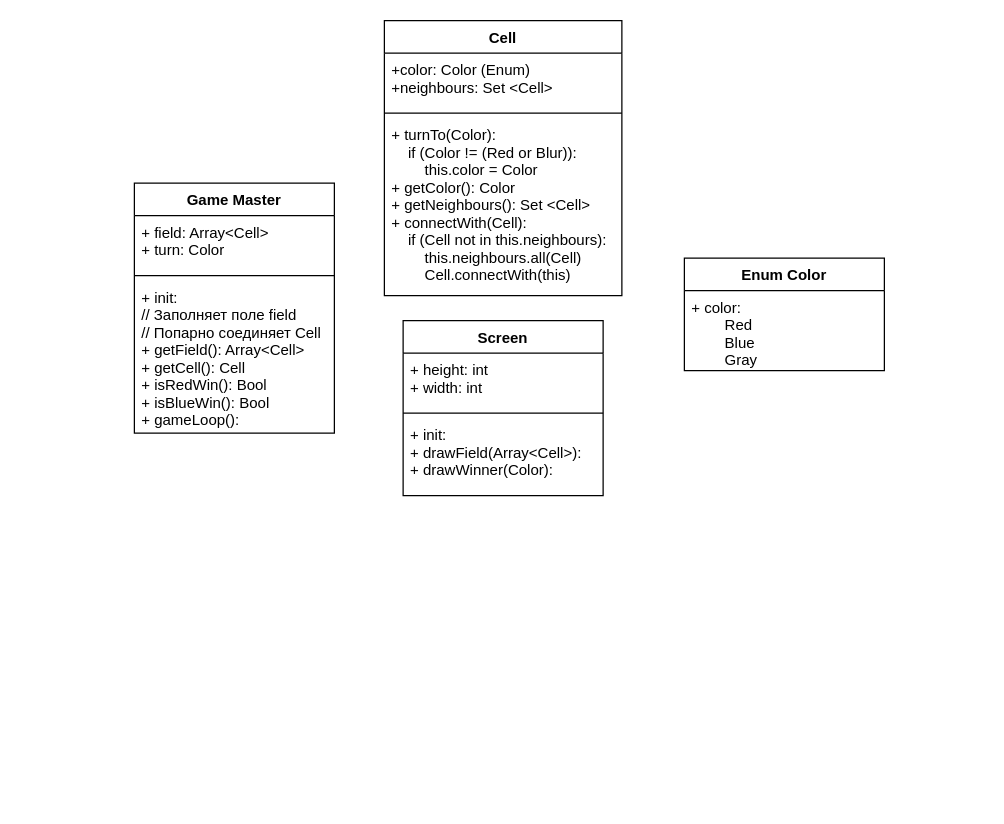
AbdullinAM/algorithms-project-2022 keeps this draw.io diagram as Untitled Diagram.drawio. Above is the earlier version. Source tidied: cells renumbered, new cells numbered last; positions are measured from the earlier drawing's top-left corner, leaving out a move shared by most shapes. Both pictures are drawn from the tidied source at 125%, with x=0, y=0 at pixel (134, 20).
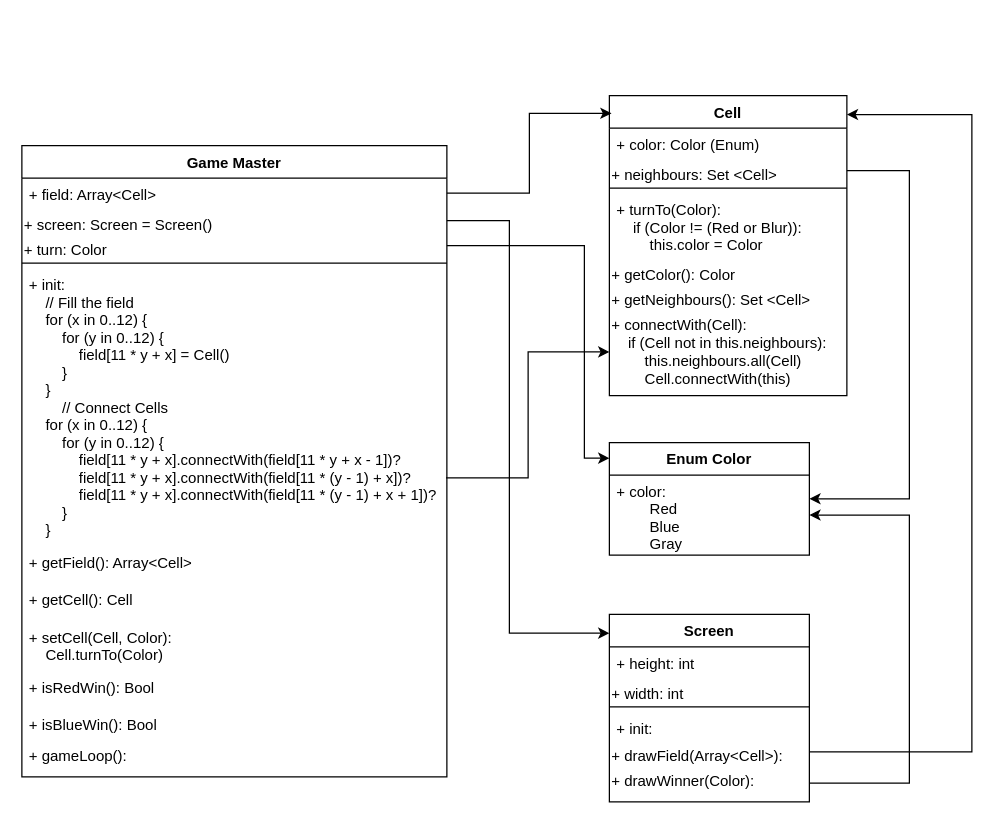
Above is the later version.

The change refers to these unchanged cells:
```xml
<mxCell id="11" value="+ color:&#10;        Red&#10;        Blue&#10;        Gray&#10;" style="text;strokeColor=none;fillColor=none;align=left;verticalAlign=top;spacingLeft=4;spacingRight=4;overflow=hidden;points=[[0,0.5],[1,0.5]];portConstraint=eastwest;" parent="10" vertex="1">
  <mxGeometry y="26" width="160" height="64" as="geometry" />
</mxCell>
```

Diff of the diagram source:
```diff
@@
     <mxCell id="2" value="Game Master" style="swimlane;fontStyle=1;align=center;verticalAlign=top;horizontal=1;startSize=26;" parent="1" vertex="1">
-      <mxGeometry y="130" width="160" height="200" as="geometry" />
+      <mxGeometry x="-90" y="100" width="340" height="505" as="geometry" />
     </mxCell>
-    <mxCell id="3" value="+ field: Array&lt;Cell&gt;&#10;+ turn: Color" style="text;strokeColor=none;fillColor=none;align=left;verticalAlign=top;spacingLeft=4;spacingRight=4;overflow=hidden;points=[[0,0.5],[1,0.5]];portConstraint=eastwest;" parent="2" vertex="1">
-      <mxGeometry y="26" width="160" height="44" as="geometry" />
+    <mxCell id="3" value="+ field: Array&lt;Cell&gt;" style="text;strokeColor=none;fillColor=none;align=left;verticalAlign=top;spacingLeft=4;spacingRight=4;overflow=hidden;points=[[0,0.5],[1,0.5]];portConstraint=eastwest;" parent="2" vertex="1">
+      <mxGeometry y="26" width="340" height="24" as="geometry" />
     </mxCell>
+    <mxCell id="16" value="+ screen: Screen = Screen()" style="text;whiteSpace=wrap;html=1;" parent="2" vertex="1">
+      <mxGeometry y="50" width="340" height="20" as="geometry" />
+    </mxCell>
+    <mxCell id="17" value="+ turn: Color" style="text;whiteSpace=wrap;html=1;" parent="2" vertex="1">
+      <mxGeometry y="70" width="340" height="20" as="geometry" />
+    </mxCell>
     <mxCell id="4" style="line;strokeWidth=1;fillColor=none;align=left;verticalAlign=middle;spacingTop=-1;spacingLeft=3;spacingRight=3;labelPosition=right;" parent="2" vertex="1">
-      <mxGeometry y="70" width="160" height="8" as="geometry" />
+      <mxGeometry y="90" width="340" height="8" as="geometry" />
     </mxCell>
-    <mxCell id="5" value="+ init:&#10;// Заполняет поле field&#10;// Попарно соединяет Cell&#10;+ getField(): Array&lt;Cell&gt;&#10;+ getCell(): Cell&#10;+ isRedWin(): Bool&#10;+ isBlueWin(): Bool&#10;+ gameLoop():" style="text;strokeColor=none;fillColor=none;align=left;verticalAlign=top;spacingLeft=4;spacingRight=4;overflow=hidden;points=[[0,0.5],[1,0.5]];portConstraint=eastwest;" parent="2" vertex="1">
-      <mxGeometry y="78" width="160" height="122" as="geometry" />
+    <mxCell id="5" value="+ init:&#10;    // Fill the field&#10;    for (x in 0..12) {&#10;        for (y in 0..12) {&#10;            field[11 * y + x] = Cell()&#10;        }&#10;    }&#10;        // Connect Cells&#10;    for (x in 0..12) {&#10;        for (y in 0..12) {&#10;            field[11 * y + x].connectWith(field[11 * y + x - 1])?&#10;            field[11 * y + x].connectWith(field[11 * (y - 1) + x])?&#10;            field[11 * y + x].connectWith(field[11 * (y - 1) + x + 1])?&#10;        }&#10;    }&#10;&#10;" style="text;strokeColor=none;fillColor=none;align=left;verticalAlign=top;spacingLeft=4;spacingRight=4;overflow=hidden;points=[[0,0.5],[1,0.5]];portConstraint=eastwest;" parent="2" vertex="1">
+      <mxGeometry y="98" width="340" height="222" as="geometry" />
     </mxCell>
+    <mxCell id="18" value="+ getField(): Array&lt;Cell&gt;" style="text;strokeColor=none;fillColor=none;align=left;verticalAlign=top;spacingLeft=4;spacingRight=4;overflow=hidden;" parent="2" vertex="1">
+      <mxGeometry y="320" width="340" height="30" as="geometry" />
+    </mxCell>
+    <mxCell id="19" value="+ getCell(): Cell&#10;" style="text;strokeColor=none;fillColor=none;align=left;verticalAlign=top;spacingLeft=4;spacingRight=4;overflow=hidden;" parent="2" vertex="1">
+      <mxGeometry y="350" width="340" height="30" as="geometry" />
+    </mxCell>
+    <mxCell id="20" value="+ setCell(Cell, Color): &#10;    Cell.turnTo(Color)&#10;" style="text;strokeColor=none;fillColor=none;align=left;verticalAlign=top;spacingLeft=4;spacingRight=4;overflow=hidden;" parent="2" vertex="1">
+      <mxGeometry y="380" width="340" height="40" as="geometry" />
+    </mxCell>
+    <mxCell id="21" value="+ isRedWin(): Bool&#10;" style="text;strokeColor=none;fillColor=none;align=left;verticalAlign=top;spacingLeft=4;spacingRight=4;overflow=hidden;" parent="2" vertex="1">
+      <mxGeometry y="420" width="340" height="30" as="geometry" />
+    </mxCell>
+    <mxCell id="22" value="+ isBlueWin(): Bool" style="text;strokeColor=none;fillColor=none;align=left;verticalAlign=top;spacingLeft=4;spacingRight=4;overflow=hidden;" parent="2" vertex="1">
+      <mxGeometry y="450" width="340" height="25" as="geometry" />
+    </mxCell>
+    <mxCell id="23" value="+ gameLoop():" style="text;strokeColor=none;fillColor=none;align=left;verticalAlign=top;spacingLeft=4;spacingRight=4;overflow=hidden;" parent="2" vertex="1">
+      <mxGeometry y="475" width="340" height="30" as="geometry" />
+    </mxCell>
     <mxCell id="6" value="Cell" style="swimlane;fontStyle=1;align=center;verticalAlign=top;horizontal=1;startSize=26;" parent="1" vertex="1">
-      <mxGeometry x="200" width="190" height="220" as="geometry" />
+      <mxGeometry x="380" y="60" width="190" height="240" as="geometry" />
     </mxCell>
-    <mxCell id="7" value="+color: Color (Enum)&#10;+neighbours: Set &lt;Cell&gt;" style="text;strokeColor=none;fillColor=none;align=left;verticalAlign=top;spacingLeft=4;spacingRight=4;overflow=hidden;" parent="6" vertex="1">
-      <mxGeometry y="26" width="190" height="44" as="geometry" />
+    <mxCell id="7" value="+ color: Color (Enum)" style="text;strokeColor=none;fillColor=none;align=left;verticalAlign=top;spacingLeft=4;spacingRight=4;overflow=hidden;" parent="6" vertex="1">
+      <mxGeometry y="26" width="190" height="24" as="geometry" />
     </mxCell>
+    <mxCell id="24" value="+ neighbours: Set &amp;lt;Cell&amp;gt;" style="text;whiteSpace=wrap;html=1;" parent="6" vertex="1">
+      <mxGeometry y="50" width="190" height="20" as="geometry" />
+    </mxCell>
@@
-    <mxCell id="9" value="+ turnTo(Color):&#10;    if (Color != (Red or Blur)):&#10;        this.color = Color&#10;+ getColor(): Color&#10;+ getNeighbours(): Set &lt;Cell&gt;&#10;+ connectWith(Cell):&#10;    if (Cell not in this.neighbours):&#10;        this.neighbours.all(Cell)&#10;        Cell.connectWith(this)&#10;&#10;&#10;&#10;" style="text;strokeColor=none;fillColor=none;align=left;verticalAlign=top;spacingLeft=4;spacingRight=4;overflow=hidden;rounded=0;glass=0;sketch=0;shadow=0;" parent="6" vertex="1">
-      <mxGeometry y="78" width="190" height="142" as="geometry" />
+    <mxCell id="9" value="+ turnTo(Color):&#10;    if (Color != (Red or Blur)):&#10;        this.color = Color&#10;&#10;&#10;&#10;&#10;" style="text;strokeColor=none;fillColor=none;align=left;verticalAlign=top;spacingLeft=4;spacingRight=4;overflow=hidden;rounded=0;glass=0;sketch=0;shadow=0;" parent="6" vertex="1">
+      <mxGeometry y="78" width="190" height="52" as="geometry" />
     </mxCell>
+    <mxCell id="25" value="+ getColor(): Color" style="text;whiteSpace=wrap;html=1;" parent="6" vertex="1">
+      <mxGeometry y="130" width="190" height="20" as="geometry" />
+    </mxCell>
+    <mxCell id="26" value="+ getNeighbours(): Set &amp;lt;Cell&amp;gt;" style="text;whiteSpace=wrap;html=1;" parent="6" vertex="1">
+      <mxGeometry y="150" width="190" height="20" as="geometry" />
+    </mxCell>
+    <mxCell id="27" value="+ connectWith(Cell):&lt;br&gt;&amp;nbsp;&amp;nbsp;&amp;nbsp;&amp;nbsp;if (Cell not in this.neighbours):&lt;br&gt;&amp;nbsp;&amp;nbsp;&amp;nbsp;&amp;nbsp;&amp;nbsp;&amp;nbsp;&amp;nbsp;&amp;nbsp;this.neighbours.all(Cell)&lt;br&gt;&amp;nbsp;&amp;nbsp;&amp;nbsp;&amp;nbsp;&amp;nbsp;&amp;nbsp;&amp;nbsp;&amp;nbsp;Cell.connectWith(this)" style="text;whiteSpace=wrap;html=1;" parent="6" vertex="1">
+      <mxGeometry y="170" width="190" height="70" as="geometry" />
+    </mxCell>
     <mxCell id="10" value="Enum Color" style="swimlane;fontStyle=1;align=center;verticalAlign=top;horizontal=1;startSize=26;" parent="1" vertex="1">
-      <mxGeometry x="440" y="190" width="160" height="90" as="geometry" />
+      <mxGeometry x="380" y="337.5" width="160" height="90" as="geometry" />
     </mxCell>
@@
     <mxCell id="12" value="Screen" style="swimlane;fontStyle=1;align=center;verticalAlign=top;horizontal=1;startSize=26;" parent="1" vertex="1">
-      <mxGeometry x="215" y="240" width="160" height="140" as="geometry" />
+      <mxGeometry x="380" y="475" width="160" height="150" as="geometry" />
     </mxCell>
-    <mxCell id="13" value="+ height: int&#10;+ width: int" style="text;strokeColor=none;fillColor=none;align=left;verticalAlign=top;spacingLeft=4;spacingRight=4;overflow=hidden;" parent="12" vertex="1">
-      <mxGeometry y="26" width="160" height="44" as="geometry" />
+    <mxCell id="13" value="+ height: int" style="text;strokeColor=none;fillColor=none;align=left;verticalAlign=top;spacingLeft=4;spacingRight=4;overflow=hidden;" parent="12" vertex="1">
+      <mxGeometry y="26" width="160" height="24" as="geometry" />
     </mxCell>
+    <mxCell id="28" value="+ width: int" style="text;whiteSpace=wrap;html=1;" parent="12" vertex="1">
+      <mxGeometry y="50" width="160" height="20" as="geometry" />
+    </mxCell>
@@
-    <mxCell id="15" value="+ init:&#10;+ drawField(Array&lt;Cell&gt;):&#10;+ drawWinner(Color):&#10;" style="text;strokeColor=none;fillColor=none;align=left;verticalAlign=top;spacingLeft=4;spacingRight=4;overflow=hidden;" parent="12" vertex="1">
-      <mxGeometry y="78" width="160" height="62" as="geometry" />
+    <mxCell id="15" value="+ init:" style="text;strokeColor=none;fillColor=none;align=left;verticalAlign=top;spacingLeft=4;spacingRight=4;overflow=hidden;" parent="12" vertex="1">
+      <mxGeometry y="78" width="160" height="22" as="geometry" />
     </mxCell>
+    <mxCell id="29" value="+ drawField(Array&amp;lt;Cell&amp;gt;):" style="text;whiteSpace=wrap;html=1;" parent="12" vertex="1">
+      <mxGeometry y="100" width="160" height="20" as="geometry" />
+    </mxCell>
+    <mxCell id="30" value="+ drawWinner(Color):" style="text;whiteSpace=wrap;html=1;" parent="12" vertex="1">
+      <mxGeometry y="120" width="160" height="30" as="geometry" />
+    </mxCell>
+    <mxCell id="31" style="edgeStyle=elbowEdgeStyle;rounded=0;jettySize=auto;html=1;exitX=0.998;exitY=0.756;exitDx=0;exitDy=0;exitPerimeter=0;" parent="1" edge="1" source="5" target="27">
+      <mxGeometry relative="1" as="geometry" />
+    </mxCell>
+    <mxCell id="32" style="edgeStyle=elbowEdgeStyle;rounded=0;jettySize=auto;html=1;entryX=0.009;entryY=0.059;entryDx=0;entryDy=0;entryPerimeter=0;" parent="1" edge="1" source="3" target="6">
+      <mxGeometry relative="1" as="geometry" />
+    </mxCell>
+    <mxCell id="33" style="edgeStyle=elbowEdgeStyle;rounded=0;jettySize=auto;html=1;" parent="1" edge="1" source="24" target="10">
+      <mxGeometry relative="1" as="geometry">
+        <Array as="points">
+          <mxPoint x="620" y="250" />
+        </Array>
+      </mxGeometry>
+    </mxCell>
+    <mxCell id="34" style="edgeStyle=elbowEdgeStyle;rounded=0;jettySize=auto;html=1;entryX=0;entryY=0.1;entryDx=0;entryDy=0;entryPerimeter=0;" parent="1" edge="1" source="16" target="12">
+      <mxGeometry relative="1" as="geometry">
+        <Array as="points">
+          <mxPoint x="300" y="330" />
+        </Array>
+      </mxGeometry>
+    </mxCell>
+    <mxCell id="35" style="edgeStyle=elbowEdgeStyle;rounded=0;jettySize=auto;html=1;entryX=0;entryY=0.139;entryDx=0;entryDy=0;entryPerimeter=0;" parent="1" edge="1" source="17" target="10">
+      <mxGeometry relative="1" as="geometry">
+        <Array as="points">
+          <mxPoint x="360" y="270" />
+        </Array>
+      </mxGeometry>
+    </mxCell>
+    <mxCell id="36" style="edgeStyle=elbowEdgeStyle;rounded=0;jettySize=auto;html=1;" parent="1" edge="1" source="30" target="11">
+      <mxGeometry relative="1" as="geometry">
+        <Array as="points">
+          <mxPoint x="620" y="511" />
+        </Array>
+      </mxGeometry>
+    </mxCell>
+    <mxCell id="37" style="edgeStyle=elbowEdgeStyle;rounded=0;jettySize=auto;html=1;entryX=1;entryY=0.063;entryDx=0;entryDy=0;entryPerimeter=0;" parent="1" edge="1" source="29" target="6">
+      <mxGeometry relative="1" as="geometry">
+        <Array as="points">
+          <mxPoint x="670" y="438" />
+        </Array>
+      </mxGeometry>
+    </mxCell>
```
